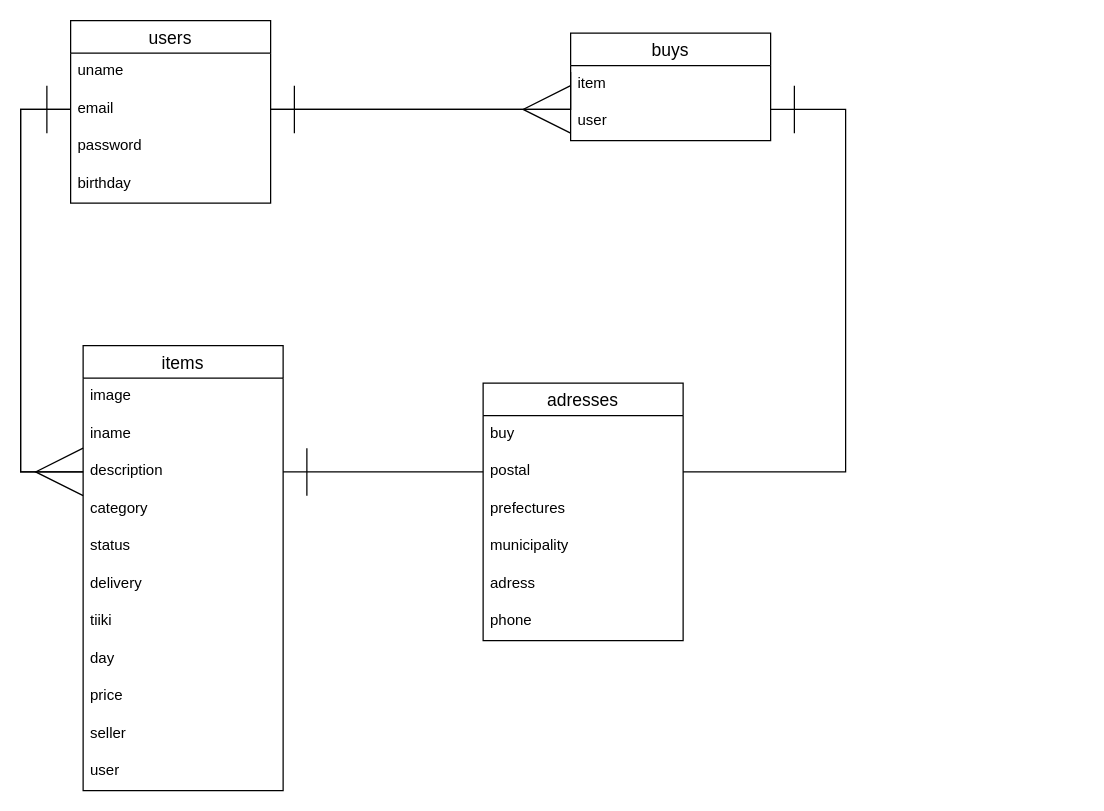
oomugiwakaba/furima-34024 keeps this draw.io diagram as README.dio. Above is the earlier version. Source tidied: cells renumbered, new cells numbered last; positions are measured from the earlier drawing's top-left corner, leaving out a move shared by most shapes. Both pictures are drawn from the tidied source at 125%, with x=0, y=0 at pixel (20, 20).
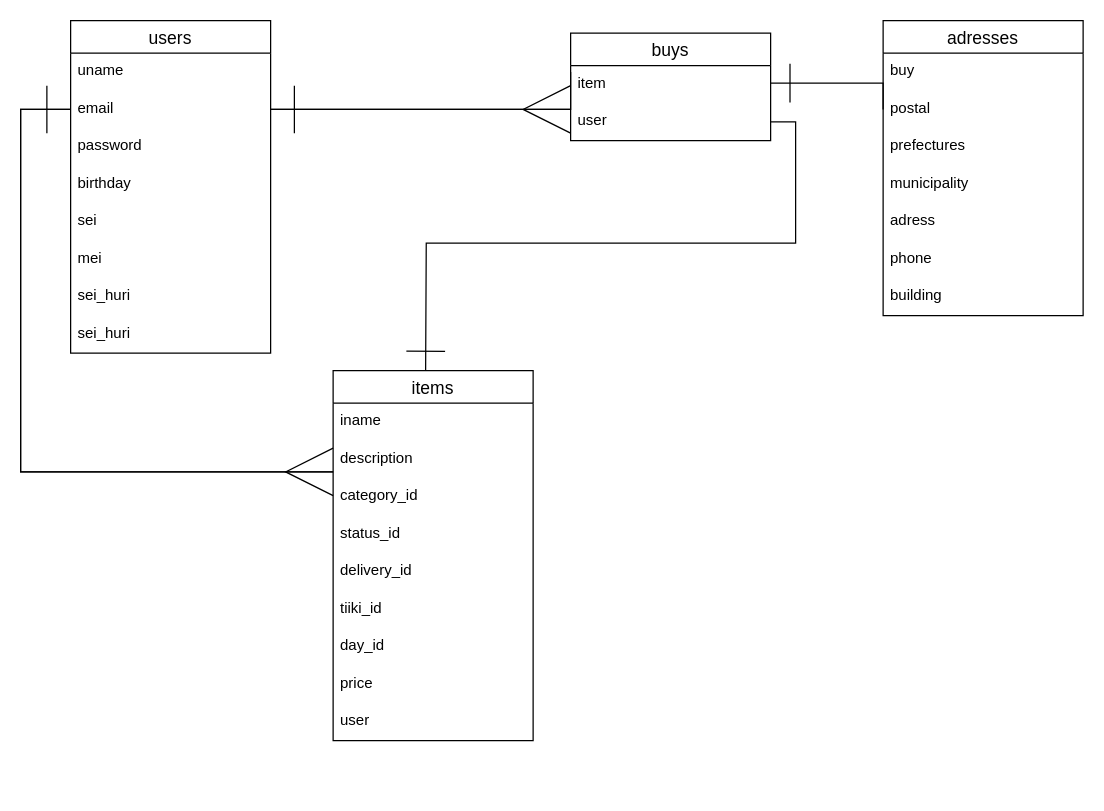
The same page after the edit.

Unchanged cells that the change refers to:
```xml
<mxCell id="4" value="email" style="text;strokeColor=none;fillColor=none;spacingLeft=4;spacingRight=4;overflow=hidden;points=[[0,0.5],[1,0.5]];portConstraint=eastwest;fontSize=12;" parent="2" vertex="1">
  <mxGeometry y="56" width="160" height="30" as="geometry" />
</mxCell>
<mxCell id="9" value="user" style="text;strokeColor=none;fillColor=none;spacingLeft=4;spacingRight=4;overflow=hidden;points=[[0,0.5],[1,0.5]];portConstraint=eastwest;fontSize=12;" parent="7" vertex="1">
  <mxGeometry y="56" width="160" height="30" as="geometry" />
</mxCell>
<mxCell id="24" value="postal" style="text;strokeColor=none;fillColor=none;spacingLeft=4;spacingRight=4;overflow=hidden;points=[[0,0.5],[1,0.5]];portConstraint=eastwest;fontSize=12;" parent="22" vertex="1">
  <mxGeometry y="56" width="160" height="30" as="geometry" />
</mxCell>
```

The edit, as a diff of the source:
```diff
@@
     <mxCell id="2" value="users" style="swimlane;fontStyle=0;horizontal=1;startSize=26;align=center;fontSize=14;" parent="1" vertex="1">
-      <mxGeometry x="40" width="160" height="146" as="geometry" />
+      <mxGeometry x="40" width="160" height="266" as="geometry" />
     </mxCell>
@@
+    <mxCell id="35" value="sei" style="text;strokeColor=none;fillColor=none;spacingLeft=4;spacingRight=4;overflow=hidden;fontSize=12;" parent="2" vertex="1">
+      <mxGeometry y="146" width="160" height="30" as="geometry" />
+    </mxCell>
+    <mxCell id="36" value="mei" style="text;strokeColor=none;fillColor=none;spacingLeft=4;spacingRight=4;overflow=hidden;fontSize=12;" parent="2" vertex="1">
+      <mxGeometry y="176" width="160" height="30" as="geometry" />
+    </mxCell>
+    <mxCell id="37" value="sei_huri" style="text;strokeColor=none;fillColor=none;spacingLeft=4;spacingRight=4;overflow=hidden;fontSize=12;" parent="2" vertex="1">
+      <mxGeometry y="206" width="160" height="30" as="geometry" />
+    </mxCell>
+    <mxCell id="38" value="sei_huri" style="text;strokeColor=none;fillColor=none;spacingLeft=4;spacingRight=4;overflow=hidden;fontSize=12;" parent="2" vertex="1">
+      <mxGeometry y="236" width="160" height="30" as="geometry" />
+    </mxCell>
@@
     <mxCell id="10" value="items" style="swimlane;fontStyle=0;horizontal=1;startSize=26;align=center;fontSize=14;" parent="1" vertex="1">
-      <mxGeometry x="50" y="260" width="160" height="356" as="geometry" />
+      <mxGeometry x="250" y="280" width="160" height="296" as="geometry" />
     </mxCell>
-    <mxCell id="11" value="image" style="text;strokeColor=none;fillColor=none;spacingLeft=4;spacingRight=4;overflow=hidden;fontSize=12;" parent="10" vertex="1">
-      <mxGeometry y="26" width="160" height="30" as="geometry" />
-    </mxCell>
     <mxCell id="12" value="iname" style="text;strokeColor=none;fillColor=none;spacingLeft=4;spacingRight=4;overflow=hidden;fontSize=12;" parent="10" vertex="1">
-      <mxGeometry y="56" width="160" height="30" as="geometry" />
+      <mxGeometry y="26" width="160" height="30" as="geometry" />
     </mxCell>
     <mxCell id="13" value="description" style="text;strokeColor=none;fillColor=none;spacingLeft=4;spacingRight=4;overflow=hidden;points=[[0,0.5],[1,0.5]];portConstraint=eastwest;fontSize=12;" parent="10" vertex="1">
-      <mxGeometry y="86" width="160" height="30" as="geometry" />
+      <mxGeometry y="56" width="160" height="30" as="geometry" />
     </mxCell>
-    <mxCell id="14" value="category" style="text;strokeColor=none;fillColor=none;spacingLeft=4;spacingRight=4;overflow=hidden;fontSize=12;" parent="10" vertex="1">
-      <mxGeometry y="116" width="160" height="30" as="geometry" />
+    <mxCell id="14" value="category_id" style="text;strokeColor=none;fillColor=none;spacingLeft=4;spacingRight=4;overflow=hidden;fontSize=12;" parent="10" vertex="1">
+      <mxGeometry y="86" width="160" height="30" as="geometry" />
     </mxCell>
-    <mxCell id="15" value="status" style="text;strokeColor=none;fillColor=none;spacingLeft=4;spacingRight=4;overflow=hidden;fontSize=12;" parent="10" vertex="1">
-      <mxGeometry y="146" width="160" height="30" as="geometry" />
+    <mxCell id="15" value="status_id" style="text;strokeColor=none;fillColor=none;spacingLeft=4;spacingRight=4;overflow=hidden;fontSize=12;" parent="10" vertex="1">
+      <mxGeometry y="116" width="160" height="30" as="geometry" />
     </mxCell>
-    <mxCell id="16" value="delivery" style="text;strokeColor=none;fillColor=none;spacingLeft=4;spacingRight=4;overflow=hidden;fontSize=12;" parent="10" vertex="1">
-      <mxGeometry y="176" width="160" height="30" as="geometry" />
+    <mxCell id="16" value="delivery_id" style="text;strokeColor=none;fillColor=none;spacingLeft=4;spacingRight=4;overflow=hidden;fontSize=12;" parent="10" vertex="1">
+      <mxGeometry y="146" width="160" height="30" as="geometry" />
     </mxCell>
-    <mxCell id="17" value="tiiki" style="text;strokeColor=none;fillColor=none;spacingLeft=4;spacingRight=4;overflow=hidden;fontSize=12;" parent="10" vertex="1">
-      <mxGeometry y="206" width="160" height="30" as="geometry" />
+    <mxCell id="17" value="tiiki_id" style="text;strokeColor=none;fillColor=none;spacingLeft=4;spacingRight=4;overflow=hidden;fontSize=12;" parent="10" vertex="1">
+      <mxGeometry y="176" width="160" height="30" as="geometry" />
     </mxCell>
-    <mxCell id="18" value="day" style="text;strokeColor=none;fillColor=none;spacingLeft=4;spacingRight=4;overflow=hidden;fontSize=12;" parent="10" vertex="1">
-      <mxGeometry y="236" width="160" height="30" as="geometry" />
+    <mxCell id="18" value="day_id" style="text;strokeColor=none;fillColor=none;spacingLeft=4;spacingRight=4;overflow=hidden;fontSize=12;" parent="10" vertex="1">
+      <mxGeometry y="206" width="160" height="30" as="geometry" />
     </mxCell>
     <mxCell id="19" value="price" style="text;strokeColor=none;fillColor=none;spacingLeft=4;spacingRight=4;overflow=hidden;fontSize=12;" parent="10" vertex="1">
-      <mxGeometry y="266" width="160" height="30" as="geometry" />
+      <mxGeometry y="236" width="160" height="30" as="geometry" />
     </mxCell>
-    <mxCell id="20" value="seller" style="text;strokeColor=none;fillColor=none;spacingLeft=4;spacingRight=4;overflow=hidden;fontSize=12;" parent="10" vertex="1">
-      <mxGeometry y="296" width="160" height="30" as="geometry" />
-    </mxCell>
     <mxCell id="21" value="user" style="text;strokeColor=none;fillColor=none;spacingLeft=4;spacingRight=4;overflow=hidden;fontSize=12;" parent="10" vertex="1">
-      <mxGeometry y="326" width="160" height="30" as="geometry" />
+      <mxGeometry y="266" width="160" height="30" as="geometry" />
     </mxCell>
     <mxCell id="22" value="adresses" style="swimlane;fontStyle=0;horizontal=1;startSize=26;align=center;fontSize=14;" parent="1" vertex="1">
-      <mxGeometry x="370" y="290" width="160" height="206" as="geometry" />
+      <mxGeometry x="690" width="160" height="236" as="geometry" />
     </mxCell>
@@
+    <mxCell id="39" value="building" style="text;strokeColor=none;fillColor=none;spacingLeft=4;spacingRight=4;overflow=hidden;fontSize=12;" parent="22" vertex="1">
+      <mxGeometry y="206" width="160" height="30" as="geometry" />
+    </mxCell>
@@
     <mxCell id="30" style="edgeStyle=orthogonalEdgeStyle;rounded=0;jettySize=auto;html=1;exitX=0;exitY=0.5;exitDx=0;exitDy=0;startSize=6;endArrow=ERmany;endFill=0;endSize=36;" parent="1" edge="1" source="4">
       <mxGeometry relative="1" as="geometry">
-        <mxPoint x="50" y="361" as="targetPoint" />
+        <mxPoint x="250" y="361" as="targetPoint" />
         <Array as="points">
           <mxPoint y="71" />
           <mxPoint y="361" />
         </Array>
       </mxGeometry>
     </mxCell>
-    <mxCell id="31" style="edgeStyle=orthogonalEdgeStyle;rounded=0;jettySize=auto;html=1;exitX=0;exitY=0.5;exitDx=0;exitDy=0;startSize=6;endArrow=ERone;endFill=0;endSize=36;" parent="1" edge="1" source="24">
-      <mxGeometry relative="1" as="geometry">
-        <mxPoint x="210" y="361" as="targetPoint" />
-        <Array as="points">
-          <mxPoint x="210" y="361" />
-        </Array>
-      </mxGeometry>
-    </mxCell>
-    <mxCell id="32" style="edgeStyle=orthogonalEdgeStyle;rounded=0;jettySize=auto;html=1;exitX=1;exitY=0.5;exitDx=0;exitDy=0;startSize=6;endArrow=ERone;endFill=0;endSize=36;" parent="1" edge="1" source="24">
-      <mxGeometry relative="1" as="geometry">
-        <mxPoint x="600" y="71" as="targetPoint" />
-        <Array as="points">
-          <mxPoint x="660" y="361" />
-          <mxPoint x="660" y="71" />
-        </Array>
-      </mxGeometry>
-    </mxCell>
@@
-    <mxCell id="34" style="edgeStyle=orthogonalEdgeStyle;rounded=0;jettySize=auto;html=1;entryX=0;entryY=0.5;entryDx=0;entryDy=0;startSize=6;endArrow=ERone;endFill=0;endSize=36;" parent="1" edge="1" target="4">
+    <mxCell id="34" style="edgeStyle=orthogonalEdgeStyle;rounded=0;jettySize=auto;html=1;entryX=0;entryY=0.5;entryDx=0;entryDy=0;startSize=6;endArrow=ERone;endFill=0;endSize=36;" parent="1" edge="1" source="13" target="4">
       <mxGeometry relative="1" as="geometry">
-        <mxPoint x="50" y="361" as="sourcePoint" />
         <Array as="points">
           <mxPoint y="361" />
           <mxPoint y="71" />
         </Array>
       </mxGeometry>
     </mxCell>
+    <mxCell id="40" style="edgeStyle=orthogonalEdgeStyle;rounded=0;jettySize=auto;html=1;exitX=0;exitY=0.5;exitDx=0;exitDy=0;endArrow=ERone;endFill=0;startSize=17;endSize=29;" parent="1" edge="1" source="24">
+      <mxGeometry relative="1" as="geometry">
+        <mxPoint x="600" y="50" as="targetPoint" />
+        <Array as="points">
+          <mxPoint x="690" y="50" />
+          <mxPoint x="600" y="50" />
+        </Array>
+      </mxGeometry>
+    </mxCell>
+    <mxCell id="41" style="edgeStyle=orthogonalEdgeStyle;rounded=0;jettySize=auto;html=1;exitX=1;exitY=0.5;exitDx=0;exitDy=0;startSize=17;endArrow=ERone;endFill=0;endSize=29;" parent="1" edge="1" source="9">
+      <mxGeometry relative="1" as="geometry">
+        <mxPoint x="324" y="280" as="targetPoint" />
+      </mxGeometry>
+    </mxCell>
```
